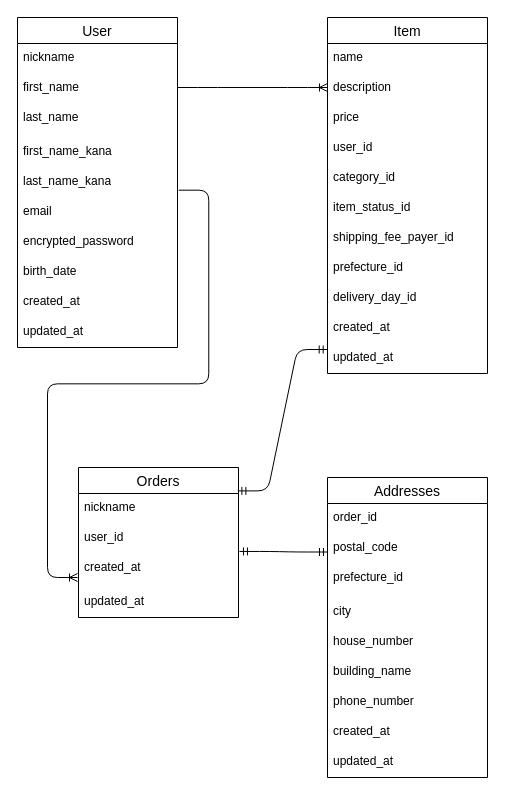
ytt0103/furima-42445 keeps this draw.io diagram as test.dio. Above is the earlier version. Source tidied: cells renumbered, new cells numbered last; positions are measured from the earlier drawing's top-left corner, leaving out a move shared by most shapes. Both pictures are drawn from the tidied source at 100%, with x=0, y=0 at pixel (17, 17).
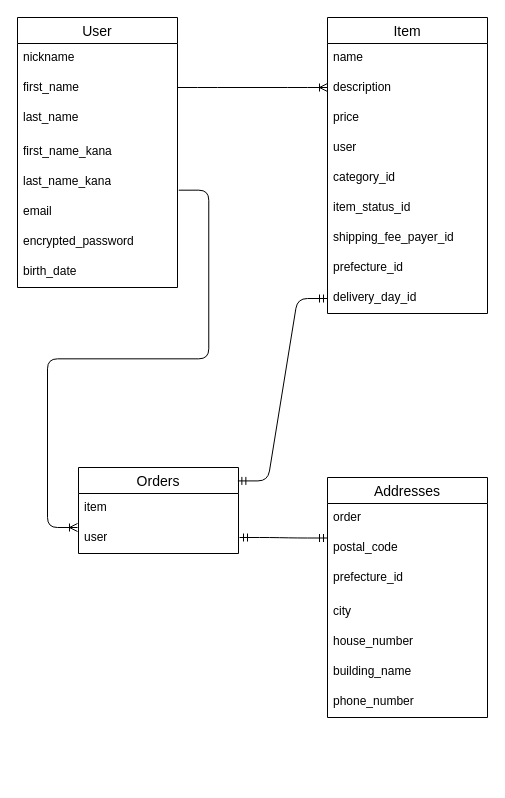
The same page after the edit.

Unchanged cells that the change refers to:
```xml
<mxCell id="7" value="&lt;span class=&quot;hljs-emphasis&quot;&gt;last_&lt;/span&gt;name&lt;span class=&quot;hljs-emphasis&quot;&gt;_kana&lt;/span&gt;" style="text;strokeColor=none;fillColor=none;spacingLeft=4;spacingRight=4;overflow=hidden;points=[[0,0.5],[1,0.5]];portConstraint=eastwest;fontSize=12;whiteSpace=wrap;html=1;" parent="2" vertex="1">
  <mxGeometry y="150" width="160" height="30" as="geometry" />
</mxCell>
<mxCell id="22" value="delivery&lt;span class=&quot;hljs-emphasis&quot;&gt;_day_&lt;/span&gt;id" style="text;strokeColor=none;fillColor=none;spacingLeft=4;spacingRight=4;overflow=hidden;points=[[0,0.5],[1,0.5]];portConstraint=eastwest;fontSize=12;whiteSpace=wrap;html=1;" parent="13" vertex="1">
  <mxGeometry y="266" width="160" height="30" as="geometry" />
</mxCell>
```

Diff of the diagram source:
```diff
@@
     <mxCell id="2" value="User" style="swimlane;fontStyle=0;horizontal=1;startSize=26;align=center;fontSize=14;" parent="1" vertex="1">
-      <mxGeometry width="160" height="330" as="geometry" />
+      <mxGeometry width="160" height="270" as="geometry" />
     </mxCell>
@@
-    <mxCell id="11" value="created&lt;span class=&quot;hljs-emphasis&quot;&gt;_at&lt;/span&gt;" style="text;strokeColor=none;fillColor=none;spacingLeft=4;spacingRight=4;overflow=hidden;fontSize=12;whiteSpace=wrap;html=1;" parent="2" vertex="1">
-      <mxGeometry y="270" width="160" height="30" as="geometry" />
-    </mxCell>
-    <mxCell id="12" value="&lt;span class=&quot;hljs-emphasis&quot;&gt;updated_&lt;/span&gt;at" style="text;strokeColor=none;fillColor=none;spacingLeft=4;spacingRight=4;overflow=hidden;fontSize=12;whiteSpace=wrap;html=1;" parent="2" vertex="1">
-      <mxGeometry y="300" width="160" height="30" as="geometry" />
-    </mxCell>
     <mxCell id="13" value="Item" style="swimlane;fontStyle=0;horizontal=1;startSize=26;align=center;fontSize=14;" parent="1" vertex="1">
-      <mxGeometry x="310" width="160" height="356" as="geometry" />
+      <mxGeometry x="310" width="160" height="296" as="geometry" />
     </mxCell>
@@
-    <mxCell id="17" value="&lt;span class=&quot;hljs-emphasis&quot;&gt;user_&lt;/span&gt;id" style="text;strokeColor=none;fillColor=none;spacingLeft=4;spacingRight=4;overflow=hidden;fontSize=12;whiteSpace=wrap;html=1;" parent="13" vertex="1">
+    <mxCell id="17" value="&lt;span class=&quot;hljs-emphasis&quot;&gt;user&lt;/span&gt;" style="text;strokeColor=none;fillColor=none;spacingLeft=4;spacingRight=4;overflow=hidden;fontSize=12;whiteSpace=wrap;html=1;" parent="13" vertex="1">
       <mxGeometry y="116" width="160" height="30" as="geometry" />
     </mxCell>
@@
-    <mxCell id="23" value="&lt;span class=&quot;hljs-emphasis&quot;&gt;created_&lt;/span&gt;at" style="text;strokeColor=none;fillColor=none;spacingLeft=4;spacingRight=4;overflow=hidden;fontSize=12;whiteSpace=wrap;html=1;" parent="13" vertex="1">
-      <mxGeometry y="296" width="160" height="30" as="geometry" />
-    </mxCell>
-    <mxCell id="24" value="updated&lt;span class=&quot;hljs-emphasis&quot;&gt;_at&lt;/span&gt;" style="text;strokeColor=none;fillColor=none;spacingLeft=4;spacingRight=4;overflow=hidden;fontSize=12;whiteSpace=wrap;html=1;" parent="13" vertex="1">
-      <mxGeometry y="326" width="160" height="30" as="geometry" />
-    </mxCell>
@@
     <mxCell id="26" value="Orders" style="swimlane;fontStyle=0;horizontal=1;startSize=26;align=center;fontSize=14;" parent="1" vertex="1">
-      <mxGeometry x="61" y="450" width="160" height="150" as="geometry" />
+      <mxGeometry x="61" y="450" width="160" height="86" as="geometry" />
     </mxCell>
-    <mxCell id="27" value="nickname" style="text;strokeColor=none;fillColor=none;spacingLeft=4;spacingRight=4;overflow=hidden;fontSize=12;whiteSpace=wrap;html=1;" parent="26" vertex="1">
+    <mxCell id="27" value="item" style="text;strokeColor=none;fillColor=none;spacingLeft=4;spacingRight=4;overflow=hidden;fontSize=12;whiteSpace=wrap;html=1;" parent="26" vertex="1">
       <mxGeometry y="26" width="160" height="30" as="geometry" />
     </mxCell>
-    <mxCell id="28" value="user_id" style="text;strokeColor=none;fillColor=none;spacingLeft=4;spacingRight=4;overflow=hidden;fontSize=12;whiteSpace=wrap;html=1;" parent="26" vertex="1">
+    <mxCell id="28" value="user" style="text;strokeColor=none;fillColor=none;spacingLeft=4;spacingRight=4;overflow=hidden;fontSize=12;whiteSpace=wrap;html=1;" parent="26" vertex="1">
       <mxGeometry y="56" width="160" height="30" as="geometry" />
     </mxCell>
-    <mxCell id="29" value="created_at" style="text;strokeColor=none;fillColor=none;spacingLeft=4;spacingRight=4;overflow=hidden;points=[[0,0.5],[1,0.5]];portConstraint=eastwest;fontSize=12;whiteSpace=wrap;html=1;" parent="26" vertex="1">
-      <mxGeometry y="86" width="160" height="34" as="geometry" />
-    </mxCell>
-    <mxCell id="30" value="updated_at" style="text;strokeColor=none;fillColor=none;spacingLeft=4;spacingRight=4;overflow=hidden;fontSize=12;whiteSpace=wrap;html=1;" parent="26" vertex="1">
-      <mxGeometry y="120" width="160" height="30" as="geometry" />
-    </mxCell>
     <mxCell id="31" value="Addresses" style="swimlane;fontStyle=0;horizontal=1;startSize=26;align=center;fontSize=14;" parent="1" vertex="1">
-      <mxGeometry x="310" y="460" width="160" height="300" as="geometry" />
+      <mxGeometry x="310" y="460" width="160" height="240" as="geometry" />
     </mxCell>
-    <mxCell id="32" value="order_id" style="text;strokeColor=none;fillColor=none;spacingLeft=4;spacingRight=4;overflow=hidden;fontSize=12;whiteSpace=wrap;html=1;" parent="31" vertex="1">
+    <mxCell id="32" value="order" style="text;strokeColor=none;fillColor=none;spacingLeft=4;spacingRight=4;overflow=hidden;fontSize=12;whiteSpace=wrap;html=1;" parent="31" vertex="1">
       <mxGeometry y="26" width="160" height="30" as="geometry" />
     </mxCell>
@@
-    <mxCell id="39" value="created&lt;span class=&quot;hljs-emphasis&quot;&gt;_at&lt;/span&gt;" style="text;strokeColor=none;fillColor=none;spacingLeft=4;spacingRight=4;overflow=hidden;fontSize=12;whiteSpace=wrap;html=1;" parent="31" vertex="1">
-      <mxGeometry y="240" width="160" height="30" as="geometry" />
-    </mxCell>
-    <mxCell id="40" value="&lt;span class=&quot;hljs-emphasis&quot;&gt;updated_&lt;/span&gt;at" style="text;strokeColor=none;fillColor=none;spacingLeft=4;spacingRight=4;overflow=hidden;fontSize=12;whiteSpace=wrap;html=1;" parent="31" vertex="1">
-      <mxGeometry y="270" width="160" height="30" as="geometry" />
-    </mxCell>
-    <mxCell id="41" style="edgeStyle=entityRelationEdgeStyle;fontSize=12;html=1;endArrow=ERmandOne;startArrow=ERmandOne;exitX=1.006;exitY=-0.06;exitDx=0;exitDy=0;exitPerimeter=0;" parent="1" edge="1" source="29">
+    <mxCell id="41" style="edgeStyle=entityRelationEdgeStyle;fontSize=12;html=1;endArrow=ERmandOne;startArrow=ERmandOne;exitX=1.006;exitY=-0.06;exitDx=0;exitDy=0;exitPerimeter=0;" parent="1" edge="1">
       <mxGeometry relative="1" as="geometry">
-        <mxPoint x="310" y="534.5" as="targetPoint" />
+        <mxPoint x="222" y="520" as="sourcePoint" />
+        <mxPoint x="310" y="520.5" as="targetPoint" />
       </mxGeometry>
     </mxCell>
-    <mxCell id="42" style="edgeStyle=entityRelationEdgeStyle;fontSize=12;html=1;endArrow=ERmandOne;startArrow=ERmandOne;entryX=-0.008;entryY=0.2;entryDx=0;entryDy=0;entryPerimeter=0;exitX=0.996;exitY=0.156;exitDx=0;exitDy=0;exitPerimeter=0;" parent="1" edge="1" source="26">
+    <mxCell id="42" style="edgeStyle=entityRelationEdgeStyle;fontSize=12;html=1;endArrow=ERmandOne;startArrow=ERmandOne;entryX=0;entryY=0.5;entryDx=0;entryDy=0;exitX=0.996;exitY=0.156;exitDx=0;exitDy=0;exitPerimeter=0;" parent="1" edge="1" source="26" target="22">
       <mxGeometry relative="1" as="geometry">
-        <mxPoint x="309.7" y="332" as="targetPoint" />
         <Array as="points">
           <mxPoint x="201" y="470" />
           <mxPoint x="261" y="390" />
         </Array>
       </mxGeometry>
     </mxCell>
     <mxCell id="43" style="edgeStyle=entityRelationEdgeStyle;fontSize=12;html=1;endArrow=ERoneToMany;exitX=1.008;exitY=0.756;exitDx=0;exitDy=0;exitPerimeter=0;" parent="1" edge="1" source="7">
       <mxGeometry relative="1" as="geometry">
-        <mxPoint x="60" y="560" as="targetPoint" />
+        <mxPoint x="60" y="510" as="targetPoint" />
         <Array as="points">
           <mxPoint x="170" y="300" />
           <mxPoint x="251.3" y="171.3" />
           <mxPoint x="170" y="340" />
           <mxPoint x="170" y="340" />
           <mxPoint x="160" y="170" />
           <mxPoint x="230" y="210" />
           <mxPoint x="190" y="230" />
           <mxPoint x="220" y="230" />
           <mxPoint x="170" y="110" />
           <mxPoint x="190" y="220" />
           <mxPoint x="190" y="200" />
           <mxPoint x="180" y="230" />
           <mxPoint x="311.3" y="211.3" />
         </Array>
       </mxGeometry>
     </mxCell>
```
